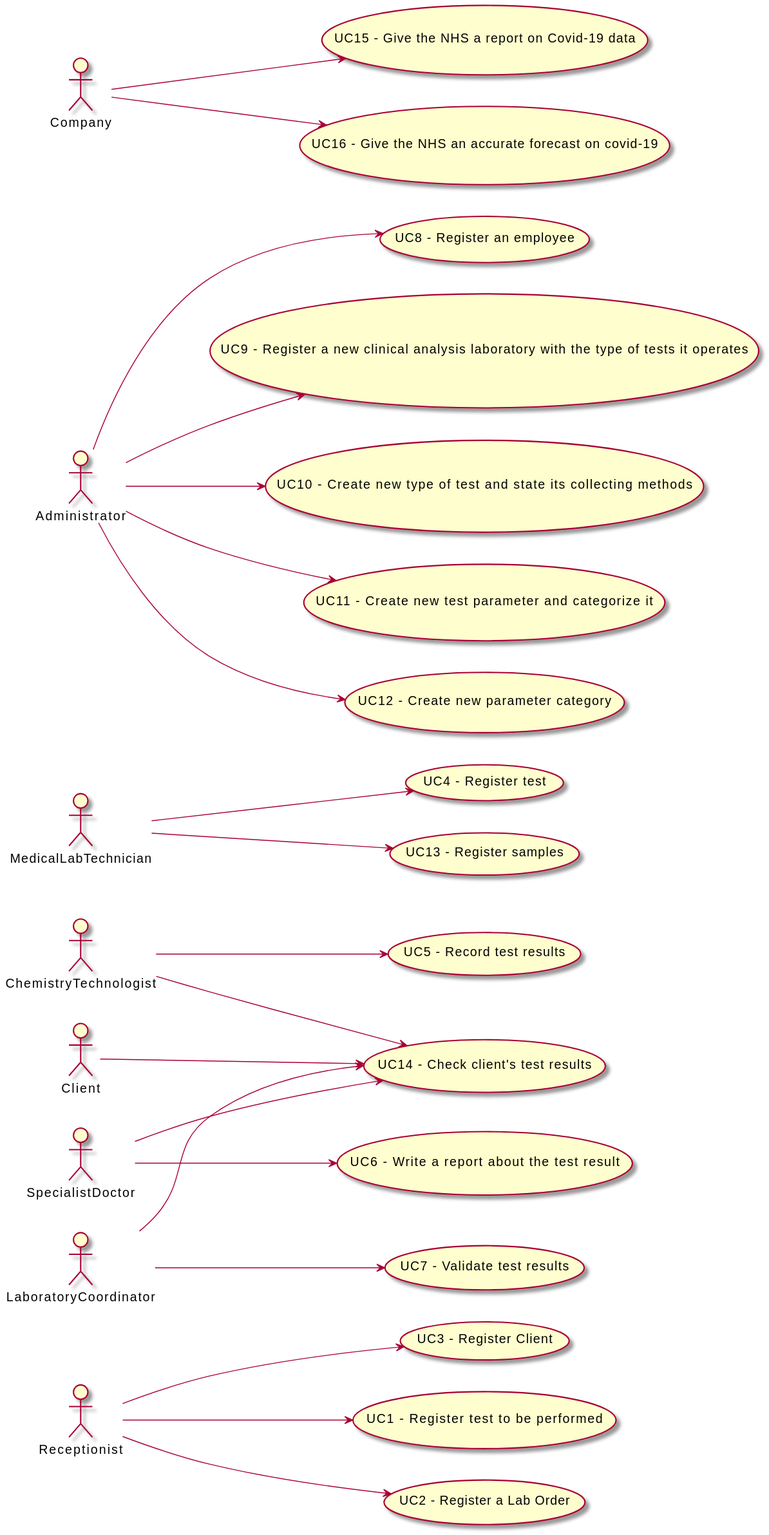
Above: docs/SprintD/ImagesUsed/UCD.svg in RuiRioPina/LAPR2-20-21 (PlantUML), before the change.
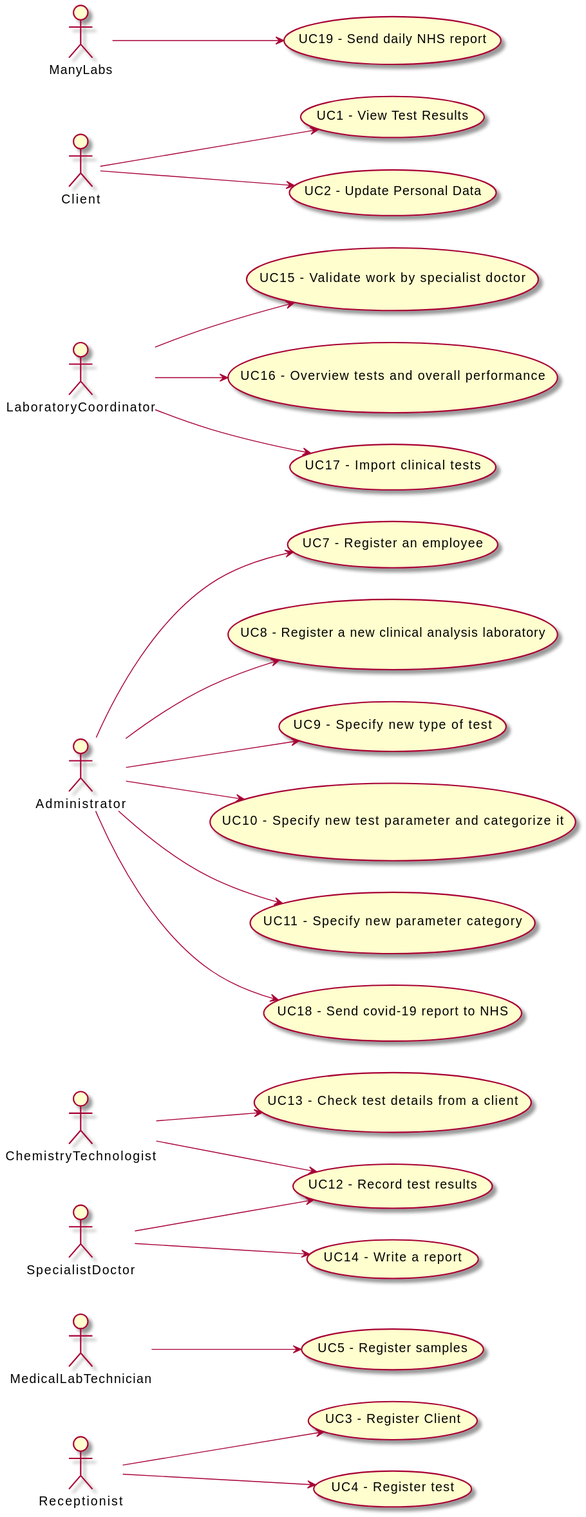
The same diagram one commit later.

Commit message:
correcting UCD

What changed in the source:
```diff
@@ -2,33 +2,31 @@
 left to right direction
 
 Receptionist --> (Register)
-Receptionist --> (UC1 - Register test to be performed)
-Receptionist --> (UC2 - Register a Lab Order)
-"UC14 - Check client's test results" as (Check)
+Receptionist --> (UC4 - Register test)
 "UC3 - Register Client" as (Register)
 
-MedicalLabTechnician --> (UC4 - Register test)
-MedicalLabTechnician --> (UC13 - Register samples)
+MedicalLabTechnician --> (UC5 - Register samples)
 
-ChemistryTechnologist --> (UC5 - Record test results)
-ChemistryTechnologist --> (Check)
+ChemistryTechnologist --> (UC12 - Record test results)
+ChemistryTechnologist --> (UC13 - Check test details from a client)
 
-SpecialistDoctor --> (UC6 - Write a report about the test result)
-SpecialistDoctor --> (Check)
+SpecialistDoctor --> (UC14 - Write a report)
+SpecialistDoctor --> (UC12 - Record test results)
 
 
-Administrator --> (UC8 - Register an employee)
-Administrator --> (UC9 - Register a new clinical analysis laboratory with the type of tests it operates)
-Administrator --> (UC10 - Create new type of test and state its collecting methods)
-Administrator --> (UC11 - Create new test parameter and categorize it)
-Administrator --> (UC12 - Create new parameter category)
+Administrator --> (UC7 - Register an employee)
+Administrator --> (UC8 - Register a new clinical analysis laboratory)
+Administrator --> (UC9 - Specify new type of test)
+Administrator --> (UC10 - Specify new test parameter and categorize it)
+Administrator --> (UC11 - Specify new parameter category)
+Administrator --> (UC18 - Send covid-19 report to NHS)
 
-LaboratoryCoordinator --> (UC7 - Validate test results)
-LaboratoryCoordinator --> (Check)
+LaboratoryCoordinator --> (UC15 - Validate work by specialist doctor)
+LaboratoryCoordinator --> (UC16 - Overview tests and overall performance)
+LaboratoryCoordinator --> (UC17 - Import clinical tests)
 
+Client --> (UC1 - View Test Results)
+Client --> (UC2 - Update Personal Data)
 
-Company --> (UC15 - Give the NHS a report on Covid-19 data)
-Company --> (UC16 - Give the NHS an accurate forecast on covid-19)
-
-Client --> (Check)
+ManyLabs --> (UC19 - Send daily NHS report)
 @enduml
```
